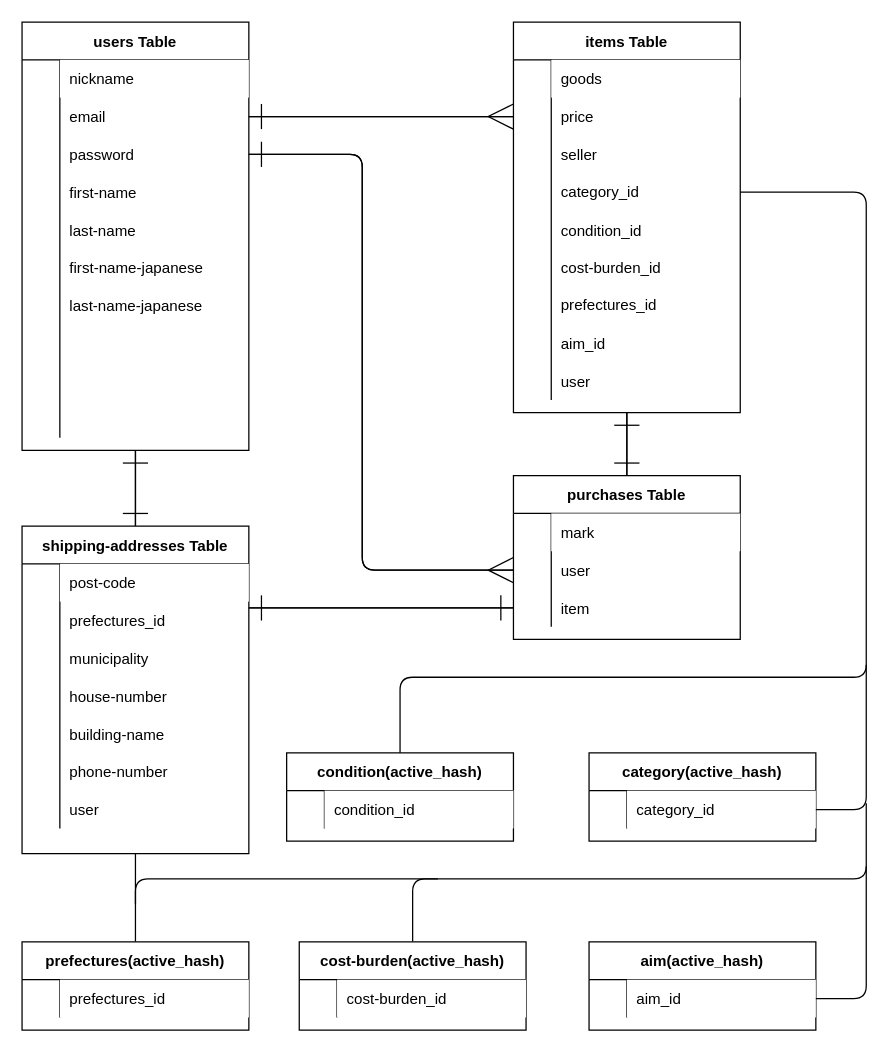
This is furima.dio from kakehi22222/furima-38489, a draw.io file, before an edit. Source tidied: cells renumbered, new cells numbered last; positions are measured from the earlier drawing's top-left corner, leaving out a move shared by most shapes. Both pictures are drawn from the tidied source at 126%, with x=0, y=0 at pixel (21, 21).
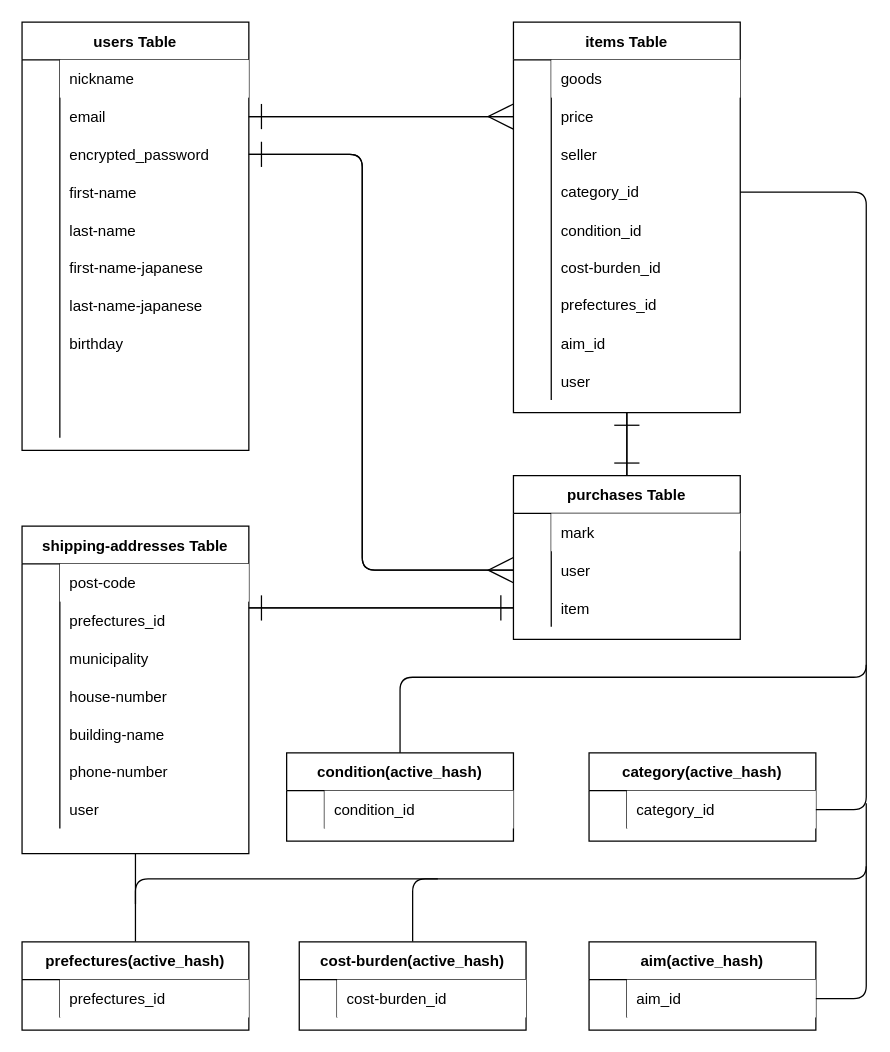
The same page after the edit.

Commit message (it also covers changes not shown here):
レビューによる修正２（password、association、カラム型、ER図）

Unchanged cells that the change refers to:
```xml
<mxCell id="4" value="users Table" style="shape=table;startSize=30;childLayout=tableLayout;rowLines=0;fontStyle=1;align=center;" parent="1" vertex="1">
  <mxGeometry width="180" height="340" as="geometry" />
</mxCell>
<mxCell id="11" style="shape=partialRectangle;fillColor=none;top=0;left=0;bottom=0;right=0;points=[[0,0.5],[1,0.5]];portConstraint=eastwest;" parent="4" vertex="1">
  <mxGeometry y="90" width="180" height="30" as="geometry" />
</mxCell>
<mxCell id="26" style="shape=partialRectangle;fillColor=none;top=0;left=0;bottom=0;right=0;" parent="4" vertex="1">
  <mxGeometry y="240" width="180" height="30" as="geometry" />
</mxCell>
<mxCell id="66" value="shipping-addresses Table" style="shape=table;startSize=30;childLayout=tableLayout;rowLines=0;fontStyle=1;align=center;" parent="1" vertex="1">
  <mxGeometry y="400" width="180" height="260" as="geometry" />
</mxCell>
```

What changed in the source:
```diff
@@
-    <mxCell id="2" style="edgeStyle=none;html=1;entryX=0.5;entryY=0;entryDx=0;entryDy=0;endArrow=ERone;endFill=0;endSize=18;exitX=0.5;exitY=1;exitDx=0;exitDy=0;" parent="1" edge="1" source="4" target="66">
-      <mxGeometry relative="1" as="geometry" />
-    </mxCell>
@@
-    <mxCell id="13" value="password" style="shape=partialRectangle;fillColor=none;top=0;left=0;bottom=0;right=0;align=left;spacingLeft=6;overflow=hidden;" parent="11" vertex="1">
+    <mxCell id="13" value="encrypted_password" style="shape=partialRectangle;fillColor=none;top=0;left=0;bottom=0;right=0;align=left;spacingLeft=6;overflow=hidden;" parent="11" vertex="1">
       <mxGeometry x="30" width="150" height="30" as="geometry" />
     </mxCell>
@@
-    <mxCell id="28" style="shape=partialRectangle;fillColor=none;top=0;left=0;bottom=0;right=0;align=left;spacingLeft=6;overflow=hidden;" parent="26" vertex="1">
+    <mxCell id="28" value="birthday" style="shape=partialRectangle;fillColor=none;top=0;left=0;bottom=0;right=0;align=left;spacingLeft=6;overflow=hidden;" parent="26" vertex="1">
       <mxGeometry x="30" width="150" height="30" as="geometry" />
     </mxCell>
@@
-    <mxCell id="64" style="edgeStyle=none;html=1;exitX=0.5;exitY=0;exitDx=0;exitDy=0;endArrow=ERone;endFill=0;endSize=18;entryX=0.5;entryY=1;entryDx=0;entryDy=0;" parent="1" edge="1" source="66" target="4">
-      <mxGeometry relative="1" as="geometry" />
-    </mxCell>
```
